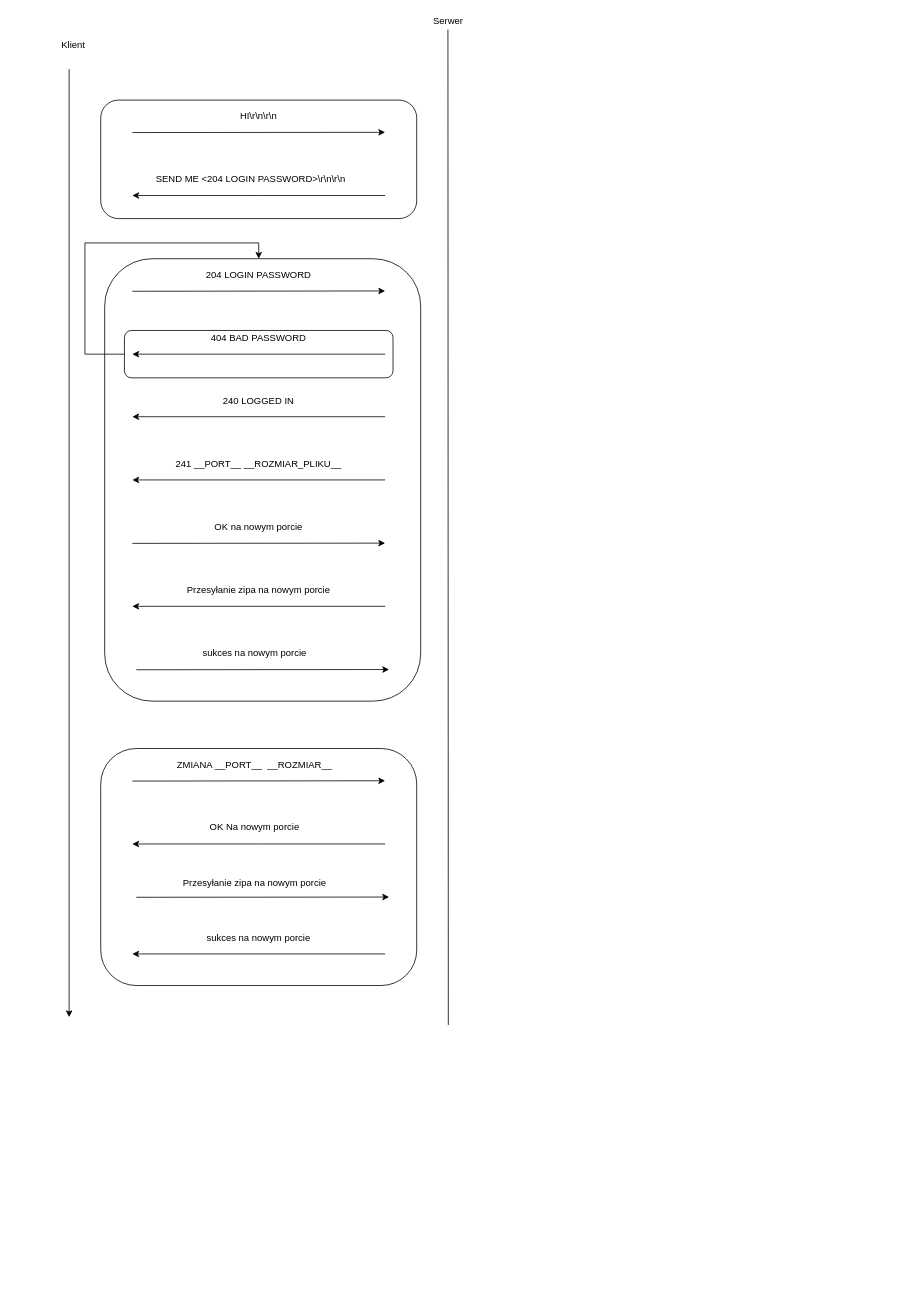
piotrkorniak/PAS keeps this draw.io diagram as docs/Szkic.drawio. Above is the earlier version. Source tidied: cells renumbered, new cells numbered last; positions are measured from the earlier drawing's top-left corner, leaving out a move shared by most shapes. Both pictures are drawn from the tidied source at 79%, with x=0, y=0 at pixel (53, 13).
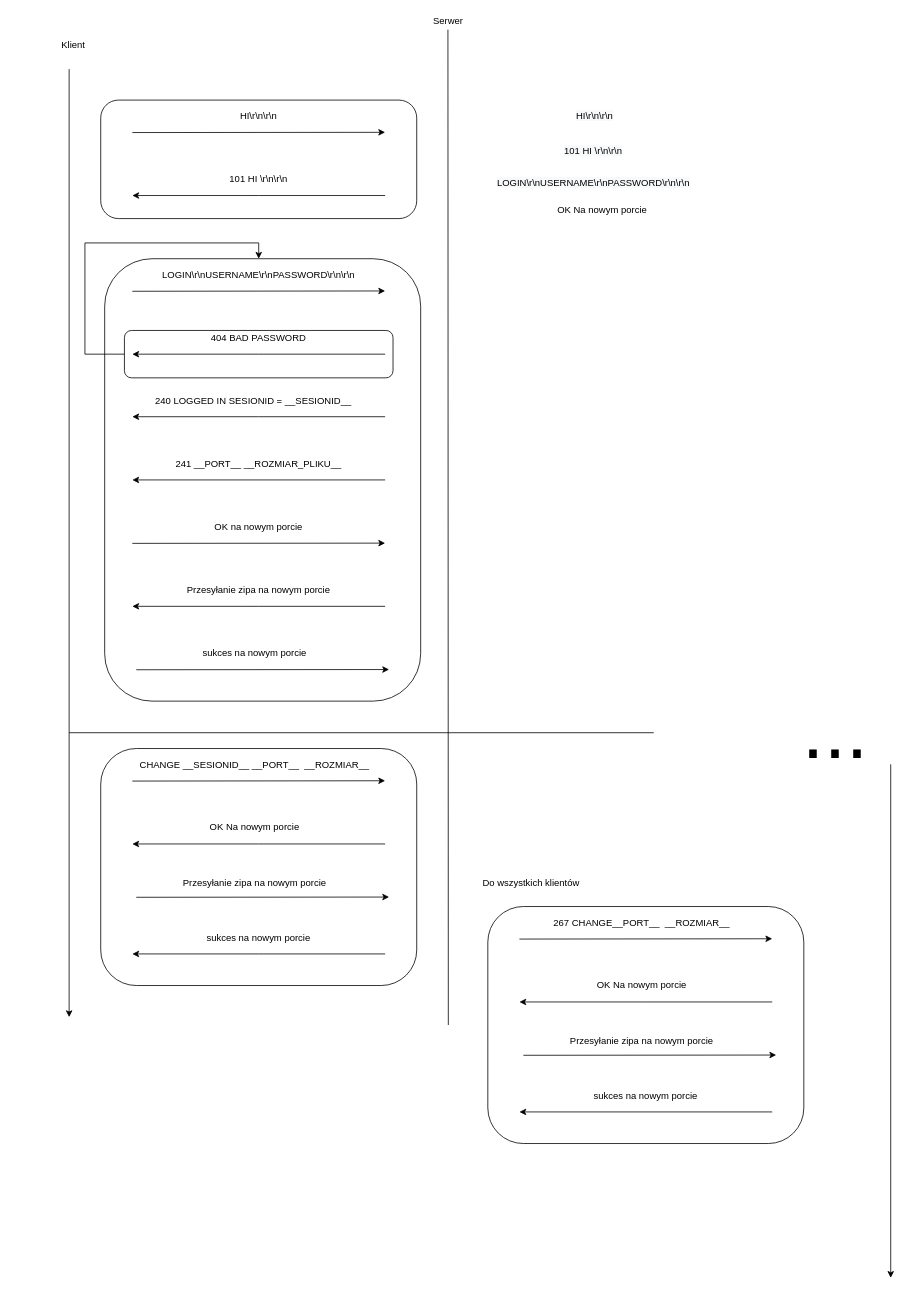
After the change.

Change to the diagram source:
```diff
@@
-    <mxCell id="10" value="SEND ME &amp;lt;204 LOGIN PASSWORD&amp;gt;\r\n\r\n" style="text;html=1;strokeColor=none;fillColor=none;align=center;verticalAlign=middle;whiteSpace=wrap;rounded=0;" parent="1" vertex="1">
-      <mxGeometry x="60" y="200" width="380" height="20" as="geometry" />
+    <mxCell id="10" value="101 HI \r\n\r\n" style="text;html=1;strokeColor=none;fillColor=none;align=center;verticalAlign=middle;whiteSpace=wrap;rounded=0;" parent="1" vertex="1">
+      <mxGeometry x="-50" y="200" width="620" height="20" as="geometry" />
     </mxCell>
@@
-    <mxCell id="13" value="204 LOGIN PASSWORD" style="text;html=1;strokeColor=none;fillColor=none;align=center;verticalAlign=middle;whiteSpace=wrap;rounded=0;" parent="1" vertex="1">
+    <mxCell id="13" value="LOGIN\r\nUSERNAME\r\nPASSWORD\r\n\r\n" style="text;html=1;strokeColor=none;fillColor=none;align=center;verticalAlign=middle;whiteSpace=wrap;rounded=0;" parent="1" vertex="1">
       <mxGeometry x="100" y="320.8" width="320" height="20" as="geometry" />
     </mxCell>
@@
-    <mxCell id="17" value="240 LOGGED IN" style="text;html=1;strokeColor=none;fillColor=none;align=center;verticalAlign=middle;whiteSpace=wrap;rounded=0;" parent="1" vertex="1">
-      <mxGeometry x="100" y="480" width="320" height="20" as="geometry" />
+    <mxCell id="17" value="240 LOGGED IN SESIONID = __SESIONID__&amp;nbsp;" style="text;html=1;strokeColor=none;fillColor=none;align=center;verticalAlign=middle;whiteSpace=wrap;rounded=0;" parent="1" vertex="1">
+      <mxGeometry x="95" y="480" width="320" height="20" as="geometry" />
     </mxCell>
@@
-    <mxCell id="28" value="ZMIANA __PORT__&amp;nbsp; __ROZMIAR__" style="text;html=1;strokeColor=none;fillColor=none;align=center;verticalAlign=middle;whiteSpace=wrap;rounded=0;" parent="1" vertex="1">
+    <mxCell id="28" value="CHANGE __SESIONID__ __PORT__&amp;nbsp; __ROZMIAR__" style="text;html=1;strokeColor=none;fillColor=none;align=center;verticalAlign=middle;whiteSpace=wrap;rounded=0;" parent="1" vertex="1">
       <mxGeometry x="100" y="940.8" width="310" height="20" as="geometry" />
     </mxCell>
@@
+    <mxCell id="37" style="endArrow=none;html=1;" parent="1" edge="1">
+      <mxGeometry relative="1" as="geometry">
+        <mxPoint x="20" y="910" as="sourcePoint" />
+        <mxPoint x="760" y="910" as="targetPoint" />
+      </mxGeometry>
+    </mxCell>
+    <mxCell id="38" style="rounded=1;whiteSpace=wrap;html=1;shadow=0;sketch=0;glass=0;fillColor=none;" parent="1" vertex="1">
+      <mxGeometry x="550" y="1130" width="400" height="300" as="geometry" />
+    </mxCell>
+    <mxCell id="39" style="endArrow=classic;html=1;" parent="1" edge="1">
+      <mxGeometry relative="1" as="geometry">
+        <mxPoint x="590" y="1171.2" as="sourcePoint" />
+        <mxPoint x="910" y="1170.8" as="targetPoint" />
+      </mxGeometry>
+    </mxCell>
+    <mxCell id="40" value="267 CHANGE__PORT__&amp;nbsp; __ROZMIAR__" style="text;html=1;strokeColor=none;fillColor=none;align=center;verticalAlign=middle;whiteSpace=wrap;rounded=0;" parent="1" vertex="1">
+      <mxGeometry x="590" y="1140.8" width="310" height="20" as="geometry" />
+    </mxCell>
+    <mxCell id="41" style="endArrow=classic;html=1;" parent="1" edge="1">
+      <mxGeometry relative="1" as="geometry">
+        <mxPoint x="910" y="1250.8" as="sourcePoint" />
+        <mxPoint x="590" y="1250.8" as="targetPoint" />
+        <Array as="points">
+          <mxPoint x="740" y="1250.8" />
+        </Array>
+      </mxGeometry>
+    </mxCell>
+    <mxCell id="42" value="OK Na nowym porcie" style="text;html=1;strokeColor=none;fillColor=none;align=center;verticalAlign=middle;whiteSpace=wrap;rounded=0;" parent="1" vertex="1">
+      <mxGeometry x="555" y="1220" width="380" height="20" as="geometry" />
+    </mxCell>
+    <mxCell id="43" style="endArrow=classic;html=1;" parent="1" edge="1">
+      <mxGeometry relative="1" as="geometry">
+        <mxPoint x="595" y="1318.3" as="sourcePoint" />
+        <mxPoint x="915" y="1318" as="targetPoint" />
+      </mxGeometry>
+    </mxCell>
+    <mxCell id="44" value="Przesyłanie zipa na nowym porcie" style="text;html=1;strokeColor=none;fillColor=none;align=center;verticalAlign=middle;whiteSpace=wrap;rounded=0;shadow=0;glass=0;sketch=0;" parent="1" vertex="1">
+      <mxGeometry x="625" y="1290" width="240" height="20" as="geometry" />
+    </mxCell>
+    <mxCell id="45" value="sukces na nowym porcie" style="text;html=1;strokeColor=none;fillColor=none;align=center;verticalAlign=middle;whiteSpace=wrap;rounded=0;shadow=0;glass=0;sketch=0;" parent="1" vertex="1">
+      <mxGeometry x="630" y="1360" width="240" height="20" as="geometry" />
+    </mxCell>
+    <mxCell id="46" style="endArrow=classic;html=1;" parent="1" edge="1">
+      <mxGeometry relative="1" as="geometry">
+        <mxPoint x="910" y="1390" as="sourcePoint" />
+        <mxPoint x="590" y="1390" as="targetPoint" />
+        <Array as="points">
+          <mxPoint x="740" y="1390" />
+        </Array>
+      </mxGeometry>
+    </mxCell>
+    <mxCell id="47" style="endArrow=classic;html=1;" parent="1" edge="1">
+      <mxGeometry relative="1" as="geometry">
+        <mxPoint x="1060" y="950" as="sourcePoint" />
+        <mxPoint x="1060" y="1600" as="targetPoint" />
+      </mxGeometry>
+    </mxCell>
+    <mxCell id="48" value="&lt;font style=&quot;font-size: 100px&quot;&gt;...&lt;/font&gt;" style="text;html=1;strokeColor=none;fillColor=none;align=center;verticalAlign=middle;whiteSpace=wrap;rounded=0;strokeWidth=7;" parent="1" vertex="1">
+      <mxGeometry x="900" y="850.8" width="180" height="110" as="geometry" />
+    </mxCell>
+    <mxCell id="49" value="Do wszystkich klientów" style="text;html=1;strokeColor=none;fillColor=none;align=center;verticalAlign=middle;whiteSpace=wrap;rounded=0;" parent="1" vertex="1">
+      <mxGeometry x="540" y="1090" width="130" height="20" as="geometry" />
+    </mxCell>
+    <mxCell id="50" value="&lt;span style=&quot;color: rgb(0, 0, 0); font-family: helvetica; font-size: 12px; font-style: normal; font-weight: 400; letter-spacing: normal; text-align: center; text-indent: 0px; text-transform: none; word-spacing: 0px; background-color: rgb(248, 249, 250); display: inline; float: none;&quot;&gt;HI\r\n\r\n&lt;/span&gt;" style="text;whiteSpace=wrap;html=1;" parent="1" vertex="1">
+      <mxGeometry x="660" y="115" width="70" height="30" as="geometry" />
+    </mxCell>
+    <mxCell id="51" value="&lt;span style=&quot;color: rgb(0, 0, 0); font-family: helvetica; font-size: 12px; font-style: normal; font-weight: 400; letter-spacing: normal; text-align: center; text-indent: 0px; text-transform: none; word-spacing: 0px; background-color: rgb(248, 249, 250); display: inline; float: none;&quot;&gt;101 HI \r\n\r\n&lt;/span&gt;" style="text;whiteSpace=wrap;html=1;" parent="1" vertex="1">
+      <mxGeometry x="645" y="160" width="100" height="30" as="geometry" />
+    </mxCell>
+    <mxCell id="52" value="&lt;span style=&quot;color: rgb(0, 0, 0); font-family: helvetica; font-size: 12px; font-style: normal; font-weight: 400; letter-spacing: normal; text-align: center; text-indent: 0px; text-transform: none; word-spacing: 0px; background-color: rgb(248, 249, 250); display: inline; float: none;&quot;&gt;LOGIN\r\nUSERNAME\r\nPASSWORD\r\n\r\n&lt;/span&gt;" style="text;whiteSpace=wrap;html=1;" parent="1" vertex="1">
+      <mxGeometry x="560" y="200" width="270" height="30" as="geometry" />
+    </mxCell>
+    <mxCell id="53" value="OK Na nowym porcie" style="text;html=1;strokeColor=none;fillColor=none;align=center;verticalAlign=middle;whiteSpace=wrap;rounded=0;" parent="1" vertex="1">
+      <mxGeometry x="505" y="239.2" width="380" height="20" as="geometry" />
+    </mxCell>
```
